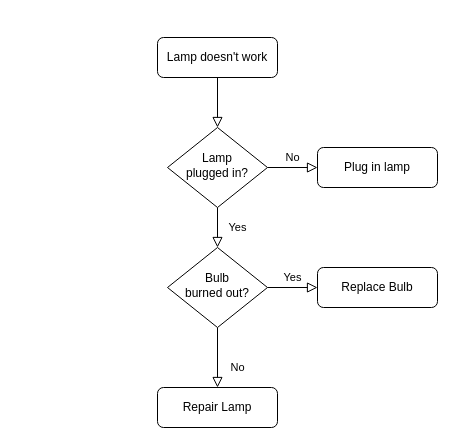
Above: src/Untitled Diagram.drawio in sweranawaz/testrepo (draw.io), before the change. Source tidied: cells renumbered, new cells numbered last; positions are measured from the earlier drawing's top-left corner, leaving out a move shared by most shapes. Both pictures are drawn from the tidied source at 100%, with x=0, y=0 at pixel (157, 37).
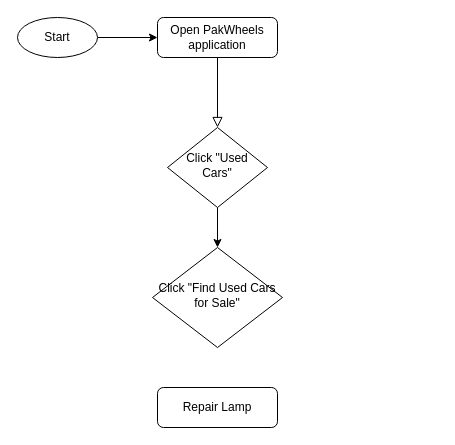
The same page after the edit.

Commit message (it also covers changes not shown here):
PakWheels Diagram

Change to the diagram source:
```diff
@@
 <mxGraphModel>
   <root>
     <mxCell id="0" />
     <mxCell id="1" parent="0" />
     <mxCell id="2" style="rounded=0;html=1;jettySize=auto;fontSize=11;endArrow=block;endFill=0;endSize=8;strokeWidth=1;shadow=0;labelBackgroundColor=none;edgeStyle=orthogonalEdgeStyle;" parent="1" edge="1" source="3" target="6">
       <mxGeometry relative="1" as="geometry" />
     </mxCell>
-    <mxCell id="3" value="Lamp doesn't work" style="rounded=1;whiteSpace=wrap;html=1;fontSize=12;glass=0;strokeWidth=1;shadow=0;" parent="1" vertex="1">
-      <mxGeometry width="120" height="40" as="geometry" />
+    <mxCell id="3" value="Open PakWheels application" style="rounded=1;whiteSpace=wrap;html=1;fontSize=12;glass=0;strokeWidth=1;shadow=0;" parent="1" vertex="1">
+      <mxGeometry y="-20" width="120" height="40" as="geometry" />
     </mxCell>
-    <mxCell id="4" value="Yes" style="rounded=0;html=1;jettySize=auto;fontSize=11;endArrow=block;endFill=0;endSize=8;strokeWidth=1;shadow=0;labelBackgroundColor=none;edgeStyle=orthogonalEdgeStyle;" parent="1" edge="1" source="6" target="10">
-      <mxGeometry y="20" relative="1" as="geometry" />
+    <mxCell id="4" style="edgeStyle=orthogonalEdgeStyle;rounded=0;jettySize=auto;html=1;exitX=0.5;exitY=1;exitDx=0;exitDy=0;entryX=0.5;entryY=0;entryDx=0;entryDy=0;" parent="1" edge="1" source="6" target="10">
+      <mxGeometry relative="1" as="geometry" />
     </mxCell>
-    <mxCell id="5" value="No" style="edgeStyle=orthogonalEdgeStyle;rounded=0;html=1;jettySize=auto;fontSize=11;endArrow=block;endFill=0;endSize=8;strokeWidth=1;shadow=0;labelBackgroundColor=none;" parent="1" edge="1" source="6" target="7">
-      <mxGeometry y="10" relative="1" as="geometry" />
-    </mxCell>
-    <mxCell id="6" value="Lamp&lt;br&gt;plugged in?" style="rhombus;whiteSpace=wrap;html=1;shadow=0;fontFamily=Helvetica;fontSize=12;align=center;strokeWidth=1;spacing=6;spacingTop=-4;" parent="1" vertex="1">
+    <mxCell id="6" value="Click &quot;Used Cars&quot;" style="rhombus;whiteSpace=wrap;html=1;shadow=0;fontFamily=Helvetica;fontSize=12;align=center;strokeWidth=1;spacing=6;spacingTop=-4;" parent="1" vertex="1">
       <mxGeometry x="10" y="90" width="100" height="80" as="geometry" />
     </mxCell>
-    <mxCell id="7" value="Plug in lamp" style="rounded=1;whiteSpace=wrap;html=1;fontSize=12;glass=0;strokeWidth=1;shadow=0;" parent="1" vertex="1">
-      <mxGeometry x="160" y="110" width="120" height="40" as="geometry" />
-    </mxCell>
-    <mxCell id="8" value="No" style="rounded=0;html=1;jettySize=auto;fontSize=11;endArrow=block;endFill=0;endSize=8;strokeWidth=1;shadow=0;labelBackgroundColor=none;edgeStyle=orthogonalEdgeStyle;" parent="1" edge="1" source="10" target="11">
-      <mxGeometry x="0.33" y="20" relative="1" as="geometry" />
-    </mxCell>
-    <mxCell id="9" value="Yes" style="edgeStyle=orthogonalEdgeStyle;rounded=0;html=1;jettySize=auto;fontSize=11;endArrow=block;endFill=0;endSize=8;strokeWidth=1;shadow=0;labelBackgroundColor=none;" parent="1" edge="1" source="10" target="12">
-      <mxGeometry y="10" relative="1" as="geometry" />
-    </mxCell>
-    <mxCell id="10" value="Bulb&lt;br&gt;burned out?" style="rhombus;whiteSpace=wrap;html=1;shadow=0;fontFamily=Helvetica;fontSize=12;align=center;strokeWidth=1;spacing=6;spacingTop=-4;" parent="1" vertex="1">
-      <mxGeometry x="10" y="210" width="100" height="80" as="geometry" />
+    <mxCell id="10" value="Click &quot;Find Used Cars for Sale&quot;" style="rhombus;whiteSpace=wrap;html=1;shadow=0;fontFamily=Helvetica;fontSize=12;align=center;strokeWidth=1;spacing=6;spacingTop=-4;" parent="1" vertex="1">
+      <mxGeometry x="-5" y="210" width="130" height="100" as="geometry" />
     </mxCell>
     <mxCell id="11" value="Repair Lamp" style="rounded=1;whiteSpace=wrap;html=1;fontSize=12;glass=0;strokeWidth=1;shadow=0;" parent="1" vertex="1">
       <mxGeometry y="350" width="120" height="40" as="geometry" />
     </mxCell>
-    <mxCell id="12" value="Replace Bulb" style="rounded=1;whiteSpace=wrap;html=1;fontSize=12;glass=0;strokeWidth=1;shadow=0;" parent="1" vertex="1">
-      <mxGeometry x="160" y="230" width="120" height="40" as="geometry" />
-    </mxCell>
+    <mxCell id="13" style="edgeStyle=orthogonalEdgeStyle;rounded=0;jettySize=auto;html=1;entryX=0;entryY=0.5;entryDx=0;entryDy=0;" parent="1" edge="1" source="14" target="3">
+      <mxGeometry relative="1" as="geometry" />
+    </mxCell>
+    <mxCell id="14" value="Start" style="ellipse;whiteSpace=wrap;html=1;" parent="1" vertex="1">
+      <mxGeometry x="-140" y="-20" width="80" height="40" as="geometry" />
+    </mxCell>
   </root>
 </mxGraphModel>
```
